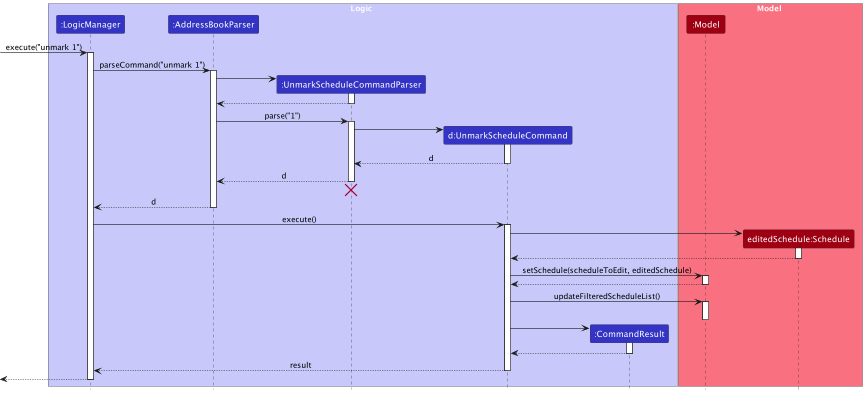
This is docs/images/UnmarkScheduleSequenceDiagram.png from nus-cs2103-AY2324S1/tp, a PlantUML export, as it was before one commit.
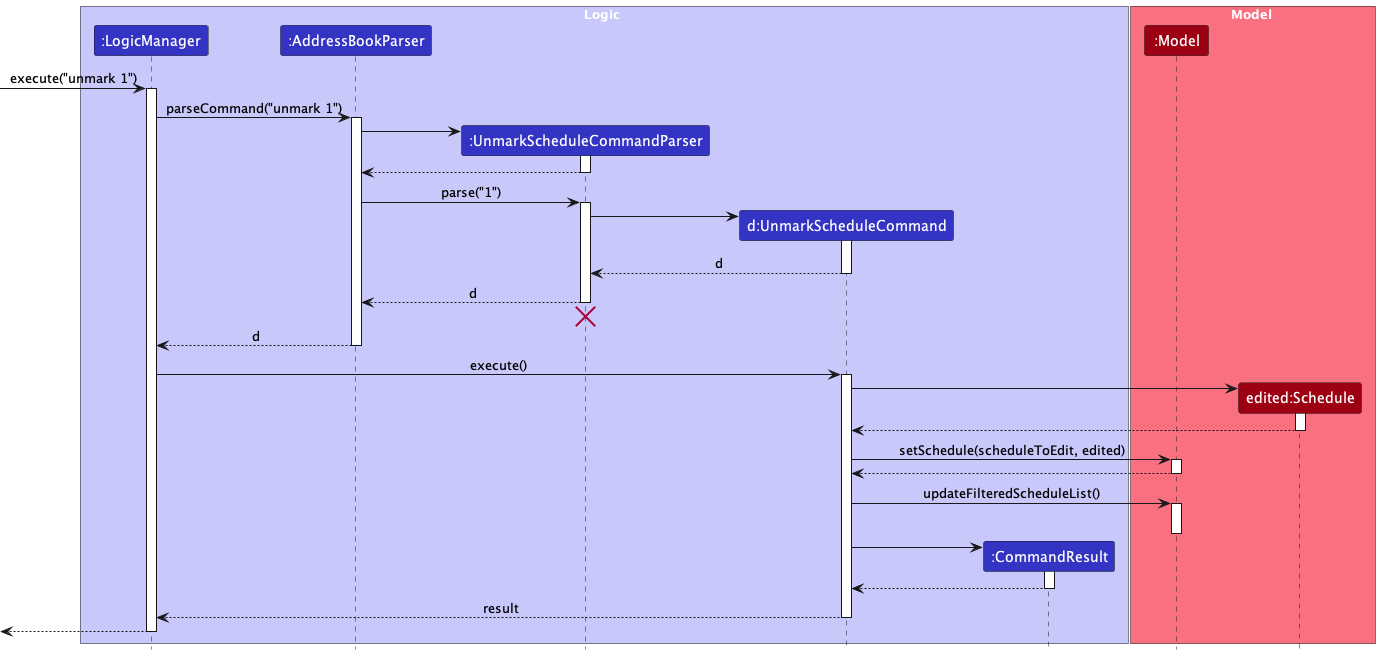
After the change.

Commit message:
Update unmark schedule sequence diagram

Change to the diagram source:
```diff
@@ -12,7 +12,7 @@
 
 box Model MODEL_COLOR_T1
 participant ":Model" as Model MODEL_COLOR
-participant "editedSchedule:Schedule" as EditedSchedule MODEL_COLOR
+participant "edited:Schedule" as EditedSchedule MODEL_COLOR
 end box
 
 [-> LogicManager : execute("unmark 1")
@@ -52,7 +52,7 @@
 create EditedSchedule
 UnmarkScheduleCommand -> EditedSchedule ++
 return
-UnmarkScheduleCommand -> Model ++ : setSchedule(scheduleToEdit, editedSchedule)
+UnmarkScheduleCommand -> Model ++ : setSchedule(scheduleToEdit, edited)
 return
 UnmarkScheduleCommand -> Model ++ : updateFilteredScheduleList()
 deactivate Model
```
